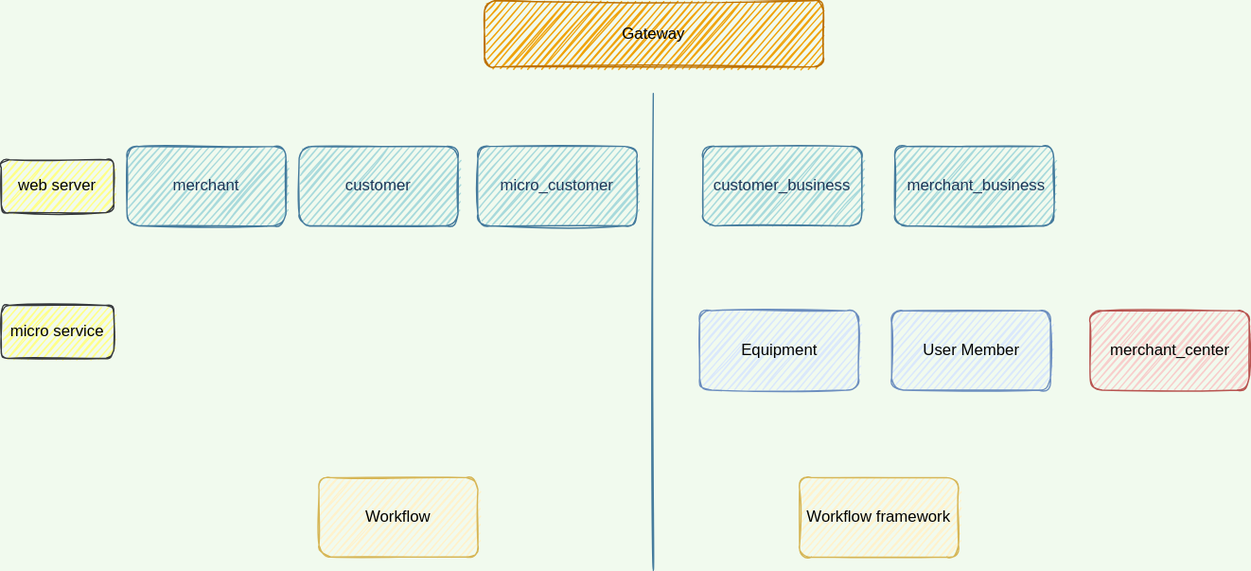
This is service layer.drawio.svg from jingwux/diagrams, a draw.io export, as it was before one commit. Source tidied: cells renumbered, new cells last; positions are measured from the earlier drawing's top-left corner, leaving out a move shared by most shapes.
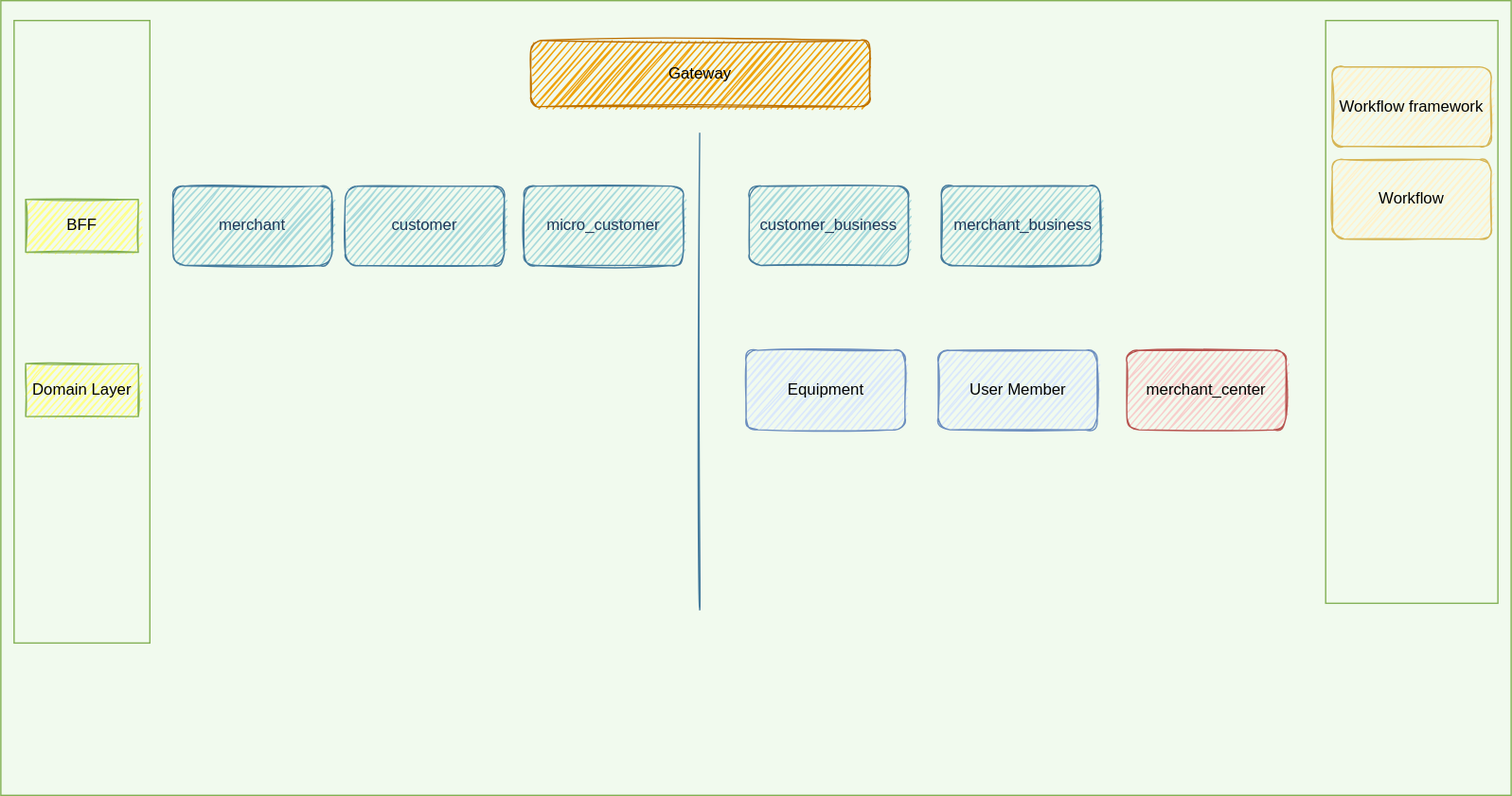
After the commit.

The edit, as a diff of the source:
```diff
@@ -2,8 +2,17 @@
   <root>
     <mxCell id="0" />
     <mxCell id="1" parent="0" />
+    <mxCell id="16" style="rounded=0;whiteSpace=wrap;html=1;strokeColor=#82B054;fillColor=none;" parent="1" vertex="1">
+      <mxGeometry x="965" y="-15" width="130" height="440" as="geometry" />
+    </mxCell>
+    <mxCell id="17" style="rounded=0;whiteSpace=wrap;html=1;strokeColor=#82B054;fillColor=none;" parent="1" vertex="1">
+      <mxGeometry x="-25" y="-15" width="102.5" height="470" as="geometry" />
+    </mxCell>
+    <mxCell id="18" style="rounded=0;whiteSpace=wrap;html=1;strokeColor=#82B054;fillColor=none;" parent="1" vertex="1">
+      <mxGeometry x="-35" y="-30" width="1140" height="600" as="geometry" />
+    </mxCell>
     <mxCell id="2" value="Workflow" style="whiteSpace=wrap;html=1;fillColor=#fff2cc;strokeColor=#d6b656;sketch=1;rounded=1;" parent="1" vertex="1">
-      <mxGeometry x="240" y="360" width="120" height="60" as="geometry" />
+      <mxGeometry x="970" y="90" width="120" height="60" as="geometry" />
     </mxCell>
     <mxCell id="3" style="endArrow=none;html=1;labelBackgroundColor=#F1FAEE;strokeColor=#457B9D;fontColor=#1D3557;sketch=1;curved=1;" parent="1" edge="1">
       <mxGeometry relative="1" as="geometry">
@@ -12,10 +21,10 @@
       </mxGeometry>
     </mxCell>
     <mxCell id="4" value="Workflow framework" style="whiteSpace=wrap;html=1;fillColor=#fff2cc;strokeColor=#d6b656;sketch=1;rounded=1;" parent="1" vertex="1">
-      <mxGeometry x="603" y="360" width="120" height="60" as="geometry" />
+      <mxGeometry x="970" y="20" width="120" height="60" as="geometry" />
     </mxCell>
-    <mxCell id="5" value="web server" style="whiteSpace=wrap;html=1;sketch=1;rounded=1;fillColor=#ffff88;strokeColor=#36393d;" parent="1" vertex="1">
-      <mxGeometry y="120" width="85" height="40" as="geometry" />
+    <mxCell id="5" value="BFF" style="whiteSpace=wrap;html=1;sketch=1;rounded=0;fillColor=#ffff88;strokeColor=#82B054;" parent="1" vertex="1">
+      <mxGeometry x="-16.2" y="120" width="85" height="40" as="geometry" />
     </mxCell>
     <mxCell id="6" value="Equipment" style="whiteSpace=wrap;html=1;fillColor=#dae8fc;strokeColor=#6c8ebf;sketch=1;rounded=1;" parent="1" vertex="1">
       <mxGeometry x="527.5" y="234" width="120" height="60" as="geometry" />
@@ -24,7 +33,7 @@
       <mxGeometry x="672.5" y="234" width="120" height="60" as="geometry" />
     </mxCell>
     <mxCell id="8" value="merchant_center" style="whiteSpace=wrap;html=1;fillColor=#f8cecc;strokeColor=#b85450;sketch=1;rounded=1;" parent="1" vertex="1">
-      <mxGeometry x="822.5" y="234" width="120" height="60" as="geometry" />
+      <mxGeometry x="815" y="234" width="120" height="60" as="geometry" />
     </mxCell>
     <mxCell id="9" value="customer_business" style="whiteSpace=wrap;html=1;fillColor=#A8DADC;strokeColor=#457B9D;fontColor=#1D3557;sketch=1;rounded=1;" parent="1" vertex="1">
       <mxGeometry x="530" y="110" width="120" height="60" as="geometry" />
@@ -35,8 +44,8 @@
     <mxCell id="11" value="Gateway" style="whiteSpace=wrap;html=1;fillColor=#f0a30a;strokeColor=#BD7000;sketch=1;rounded=1;fontColor=#000000;" parent="1" vertex="1">
       <mxGeometry x="365" width="256" height="50" as="geometry" />
     </mxCell>
-    <mxCell id="12" value="micro service" style="whiteSpace=wrap;html=1;fillColor=#ffff88;strokeColor=#36393d;sketch=1;rounded=1;" parent="1" vertex="1">
-      <mxGeometry y="230" width="85" height="40" as="geometry" />
+    <mxCell id="12" value="Domain Layer" style="whiteSpace=wrap;html=1;fillColor=#ffff88;strokeColor=#82B054;sketch=1;rounded=0;" parent="1" vertex="1">
+      <mxGeometry x="-16.2" y="244" width="85" height="40" as="geometry" />
     </mxCell>
     <mxCell id="13" value="merchant" style="whiteSpace=wrap;html=1;fillColor=#A8DADC;strokeColor=#457B9D;fontColor=#1D3557;sketch=1;rounded=1;" parent="1" vertex="1">
       <mxGeometry x="95" y="110" width="120" height="60" as="geometry" />
```
